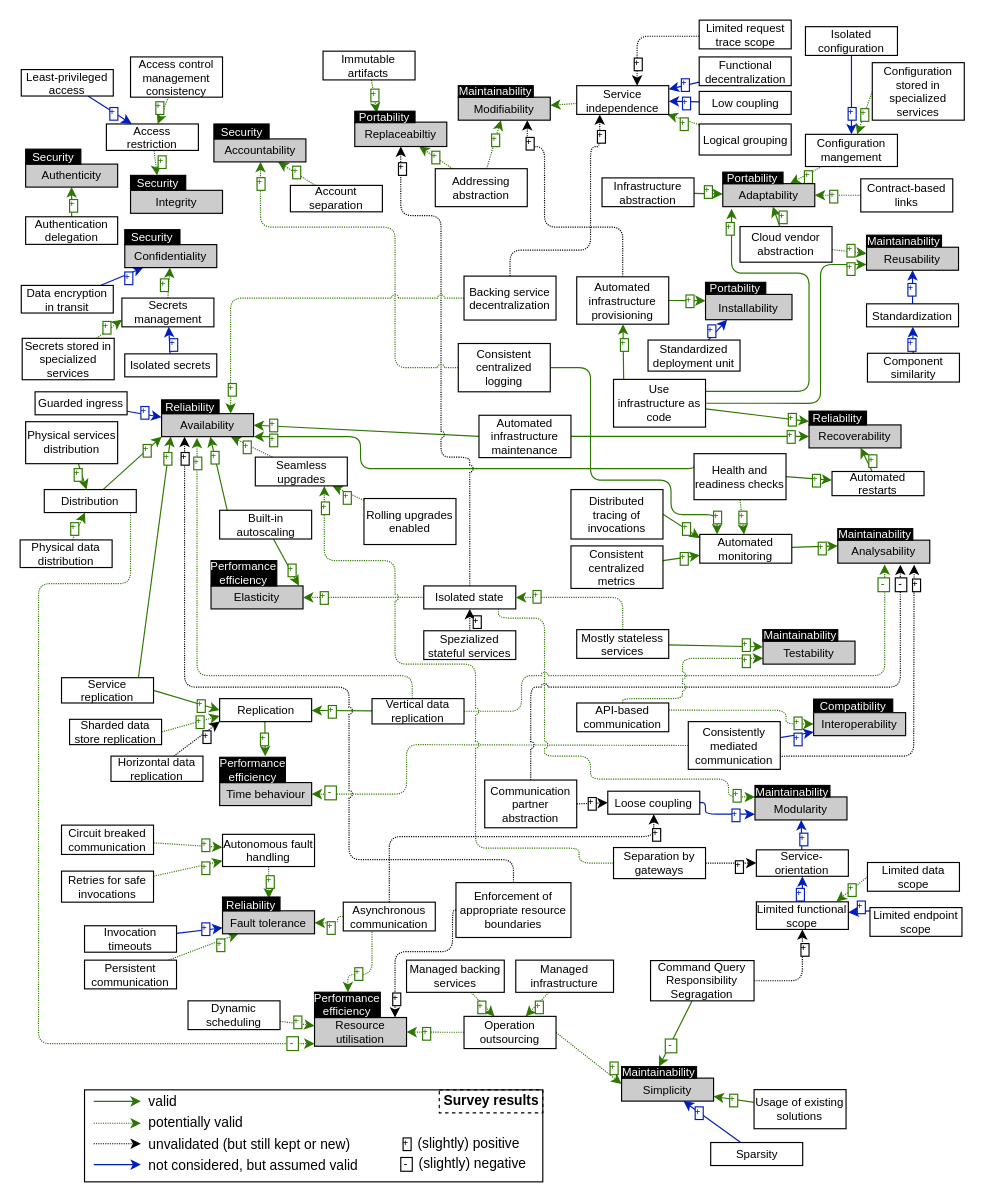
Above: validation-survey/C_revised_qualitymodel_3.drawio in r0light/cna-quality-model (draw.io), before the change. Source tidied: cells renumbered, new cells numbered last; positions are measured from the earlier drawing's top-left corner, leaving out a move shared by most shapes. Both pictures are drawn from the tidied source at 115%, with x=0, y=0 at pixel (20, 20).
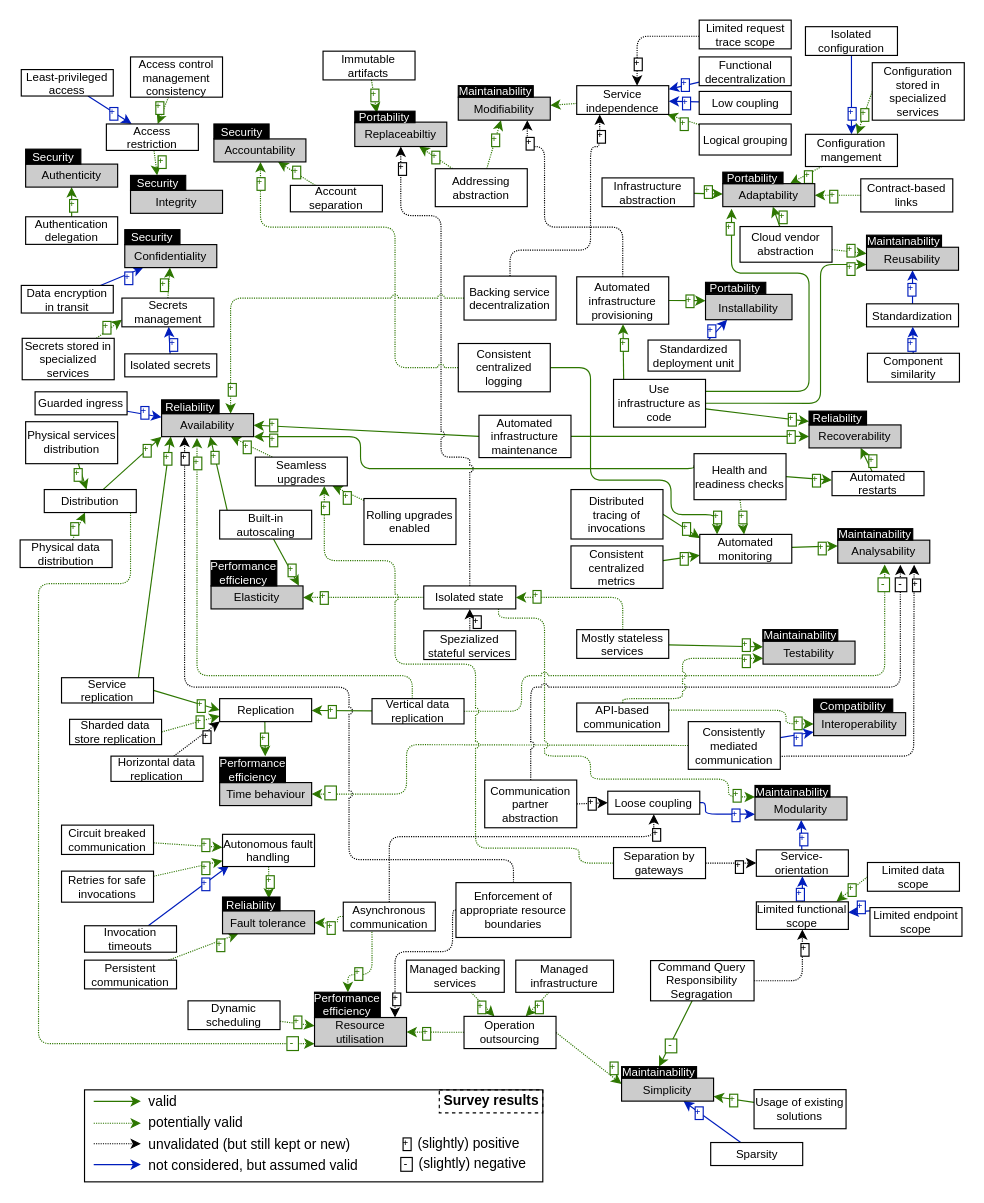
The same page after the edit.

The change refers to these unchanged cells:
```xml
<mxCell id="88" value="Autonomous fault handling" style="rounded=0;whiteSpace=wrap;html=1;fontSize=10;" parent="1" vertex="1">
  <mxGeometry x="176" y="708" width="80" height="28" as="geometry" />
</mxCell>
<mxCell id="137" style="rounded=1;jettySize=auto;html=1;fillColor=#60a917;strokeColor=#2D7600;dashed=1;dashPattern=1 1;elbow=vertical;exitX=0;exitY=0.5;exitDx=0;exitDy=0;entryX=0.75;entryY=0;entryDx=0;entryDy=0;edgeStyle=orthogonalEdgeStyle;jumpStyle=arc;" parent="1" edge="1" source="241" target="298">
  <mxGeometry relative="1" as="geometry" />
</mxCell>
<mxCell id="271" value="Invocation timeouts" style="rounded=0;whiteSpace=wrap;html=1;fontSize=10;" parent="1" vertex="1">
  <mxGeometry x="56" y="787.5" width="80" height="23" as="geometry" />
</mxCell>
<mxCell id="295" value="Fault tolerance" style="rounded=0;whiteSpace=wrap;html=1;fontSize=10;fillColor=#CCCCCC;" parent="294" vertex="1">
  <mxGeometry y="12" width="80" height="20" as="geometry" />
</mxCell>
```

What changed in the source:
```diff
@@
-    <mxCell id="4" style="edgeStyle=none;rounded=0;jettySize=auto;html=1;startArrow=none;fillColor=#0050ef;strokeColor=#001DBC;" parent="1" edge="1" source="271" target="295">
+    <mxCell id="4" style="edgeStyle=none;rounded=0;jettySize=auto;html=1;startArrow=none;fillColor=#0050ef;strokeColor=#001DBC;entryX=0.069;entryY=0.973;entryDx=0;entryDy=0;entryPerimeter=0;" parent="1" edge="1" source="271" target="88">
       <mxGeometry relative="1" as="geometry" />
     </mxCell>
@@
     <mxCell id="236" value="+" style="edgeLabel;align=center;verticalAlign=middle;spacing=0;spacingTop=0;spacingBottom=0;spacingLeft=0;labelBorderColor=#001dbc;fontFamily=Lucida Console;fontSize=8;rotation=0;labelBackgroundColor=default;horizontal=1;fontStyle=0;labelPosition=center;verticalLabelPosition=middle;fontColor=#001DBC;" parent="137" vertex="1">
       <mxGeometry x="-0.06" y="-1" relative="1" as="geometry">
-        <mxPoint x="-83" y="548" as="offset" />
+        <mxPoint x="-83" y="509" as="offset" />
       </mxGeometry>
     </mxCell>
```
